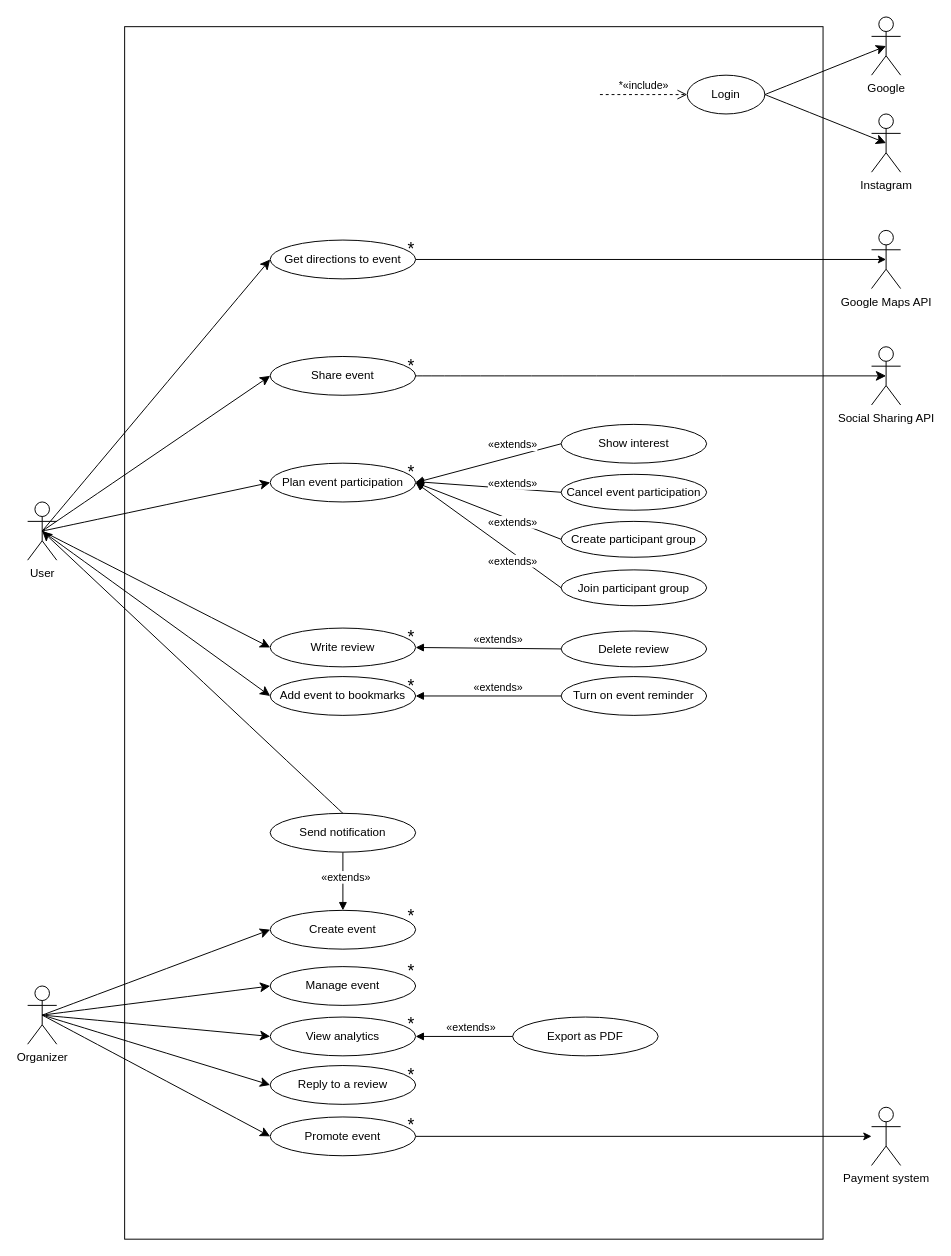
Above: deliverables/UC - diagram.drawio in DeveloperMatt02/NightPlan (draw.io), before the change. Source tidied: cells renumbered, new cells numbered last; positions are measured from the earlier drawing's top-left corner, leaving out a move shared by most shapes. Both pictures are drawn from the tidied source at 97%, with x=0, y=0 at pixel (27, 16).
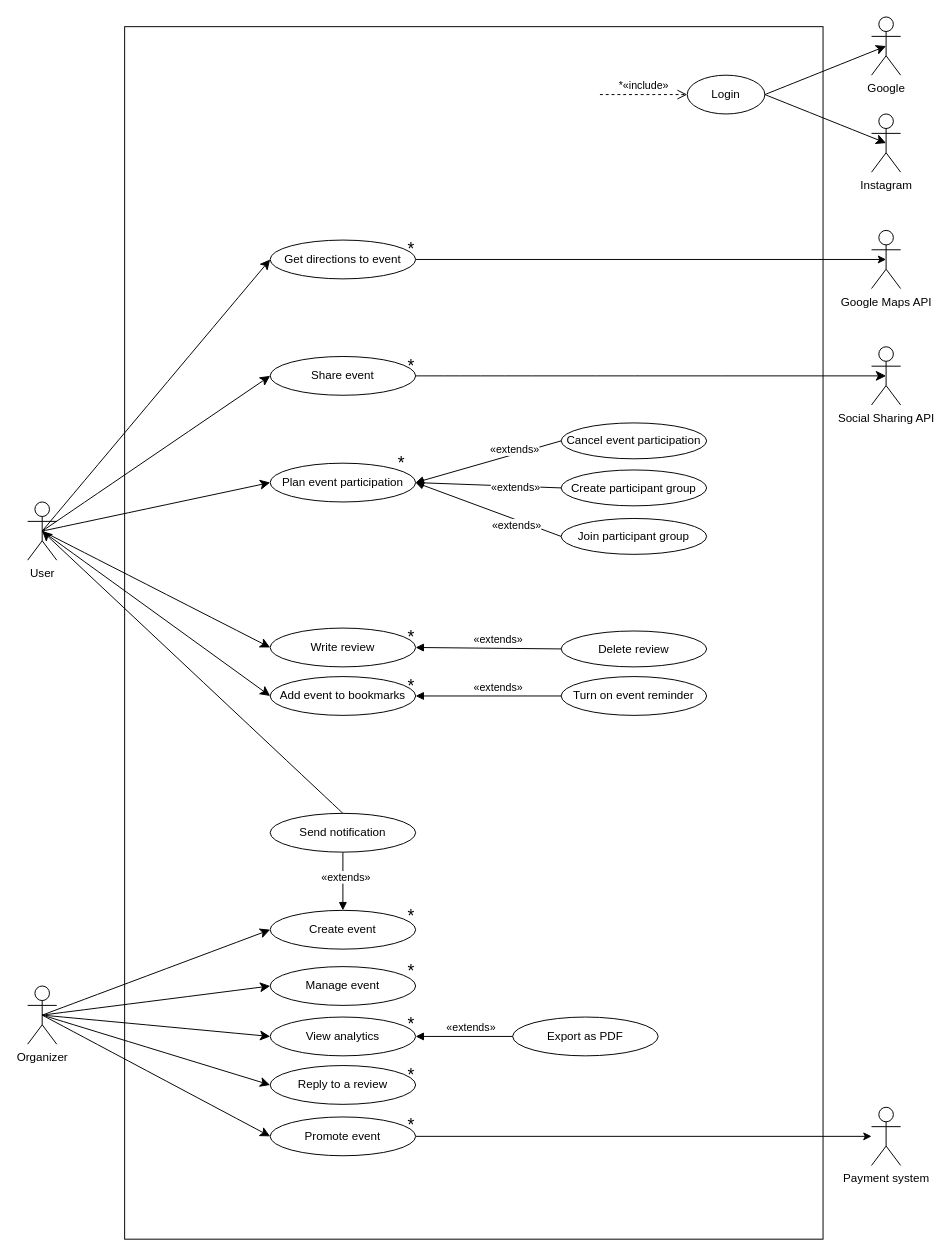
After the change.

Unchanged cells that the change refers to:
```xml
<mxCell id="15" value="Plan event participation" style="ellipse;whiteSpace=wrap;html=1;" parent="1" vertex="1">
  <mxGeometry x="250" y="460" width="150" height="40" as="geometry" />
</mxCell>
```

Change to the diagram source:
```diff
@@
     <mxCell id="29" value="&lt;font style=&quot;font-size: 18px;&quot;&gt;*&lt;/font&gt;" style="text;html=1;align=center;verticalAlign=middle;strokeColor=none;fillColor=none;" parent="1" vertex="1">
-      <mxGeometry x="380" y="450" width="30" height="40" as="geometry" />
+      <mxGeometry x="370" y="440" width="30" height="40" as="geometry" />
     </mxCell>
@@
     <mxCell id="31" value="Cancel event participation" style="ellipse;whiteSpace=wrap;html=1;" parent="1" vertex="1">
-      <mxGeometry x="550" y="471.5" width="150" height="37" as="geometry" />
+      <mxGeometry x="550" y="418.5" width="150" height="37" as="geometry" />
     </mxCell>
-    <mxCell id="32" value="«extends»" style="html=1;verticalAlign=bottom;endArrow=block;curved=0;rounded=0;entryX=1;entryY=0.5;entryDx=0;entryDy=0;exitX=0;exitY=0.5;exitDx=0;exitDy=0;" parent="1" edge="1" source="31">
-      <mxGeometry x="-0.34" y="4" relative="1" as="geometry">
-        <mxPoint x="400" y="479" as="targetPoint" />
-      </mxGeometry>
+    <mxCell id="32" value="«extends»" style="html=1;verticalAlign=bottom;endArrow=block;curved=0;rounded=0;entryX=1;entryY=0.5;entryDx=0;entryDy=0;exitX=0;exitY=0.5;exitDx=0;exitDy=0;" parent="1" edge="1" source="31" target="15">
+      <mxGeometry x="-0.34" y="4" relative="1" as="geometry" />
     </mxCell>
@@
-    <mxCell id="42" value="«extends»" style="html=1;verticalAlign=bottom;endArrow=block;curved=0;rounded=0;exitX=0;exitY=0.5;exitDx=0;exitDy=0;" parent="1" edge="1" source="43">
-      <mxGeometry x="-0.34" y="-3" relative="1" as="geometry">
-        <mxPoint x="400" y="480" as="targetPoint" />
-      </mxGeometry>
-    </mxCell>
-    <mxCell id="43" value="Show interest" style="ellipse;whiteSpace=wrap;html=1;" parent="1" vertex="1">
-      <mxGeometry x="550" y="420" width="150" height="40" as="geometry" />
-    </mxCell>
@@
     <mxCell id="60" value="Create participant group" style="ellipse;whiteSpace=wrap;html=1;" parent="1" vertex="1">
-      <mxGeometry x="550" y="520" width="150" height="37" as="geometry" />
+      <mxGeometry x="550" y="467" width="150" height="37" as="geometry" />
     </mxCell>
     <mxCell id="61" value="Join participant group" style="ellipse;whiteSpace=wrap;html=1;" parent="1" vertex="1">
-      <mxGeometry x="550" y="570" width="150" height="37" as="geometry" />
+      <mxGeometry x="550" y="517" width="150" height="37" as="geometry" />
     </mxCell>
```
